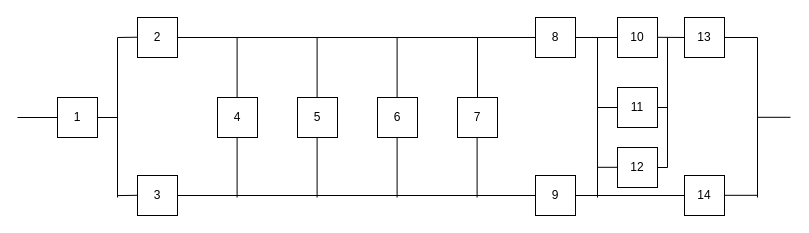
Above: ikz.drawio in Janusz-Alexey/Draw_io (draw.io), before the change. Source tidied: cells renumbered, new cells numbered last; positions are measured from the earlier drawing's top-left corner, leaving out a move shared by most shapes. Both pictures are drawn from the tidied source at 100%, with x=0, y=0 at pixel (17, 17).
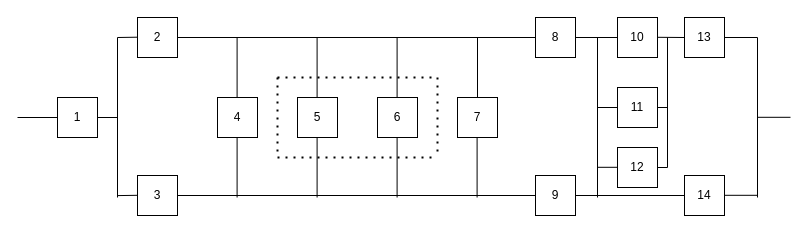
After the change.

Change to the diagram source:
```diff
@@
+    <mxCell id="44" style="endArrow=none;dashed=1;html=1;dashPattern=1 3;strokeWidth=2;rounded=0;" parent="1" edge="1">
+      <mxGeometry relative="1" as="geometry">
+        <mxPoint x="260" y="60" as="sourcePoint" />
+        <mxPoint x="420" y="60" as="targetPoint" />
+      </mxGeometry>
+    </mxCell>
+    <mxCell id="45" style="endArrow=none;dashed=1;html=1;dashPattern=1 3;strokeWidth=2;rounded=0;" parent="1" edge="1">
+      <mxGeometry relative="1" as="geometry">
+        <mxPoint x="260" y="140" as="sourcePoint" />
+        <mxPoint x="420" y="140" as="targetPoint" />
+      </mxGeometry>
+    </mxCell>
+    <mxCell id="46" style="endArrow=none;dashed=1;html=1;dashPattern=1 3;strokeWidth=2;rounded=0;" parent="1" edge="1">
+      <mxGeometry relative="1" as="geometry">
+        <mxPoint x="420" y="60" as="sourcePoint" />
+        <mxPoint x="420" y="140" as="targetPoint" />
+      </mxGeometry>
+    </mxCell>
+    <mxCell id="47" style="endArrow=none;dashed=1;html=1;dashPattern=1 3;strokeWidth=2;rounded=0;" parent="1" edge="1">
+      <mxGeometry relative="1" as="geometry">
+        <mxPoint x="260" y="60" as="sourcePoint" />
+        <mxPoint x="260" y="140" as="targetPoint" />
+      </mxGeometry>
+    </mxCell>
```
